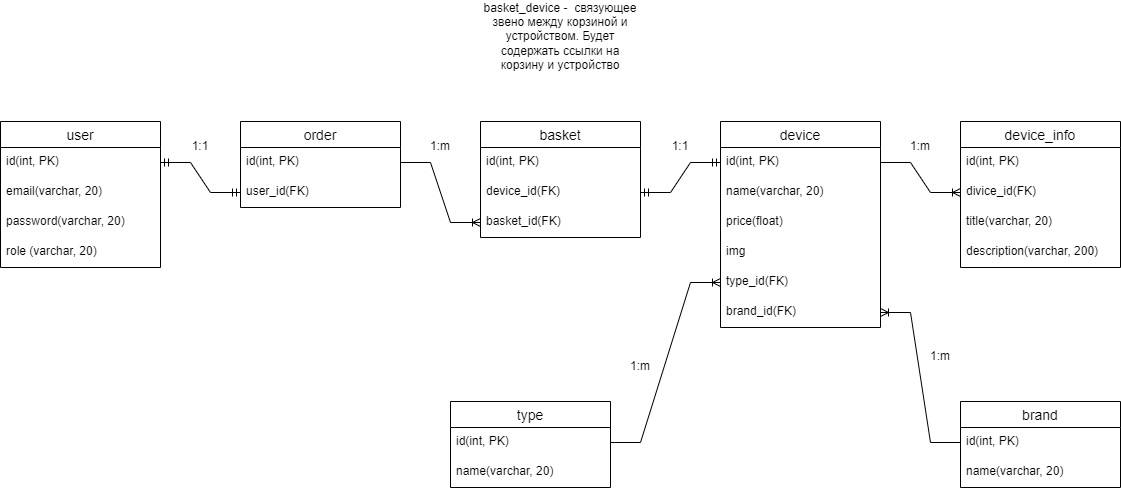
Stoian-Iulia/PW-II keeps this draw.io diagram as Shoping cart-Страница 2.drawio.png. Above is the earlier version. Source tidied: cells renumbered, new cells last; positions are measured from the earlier drawing's top-left corner, leaving out a move shared by most shapes.
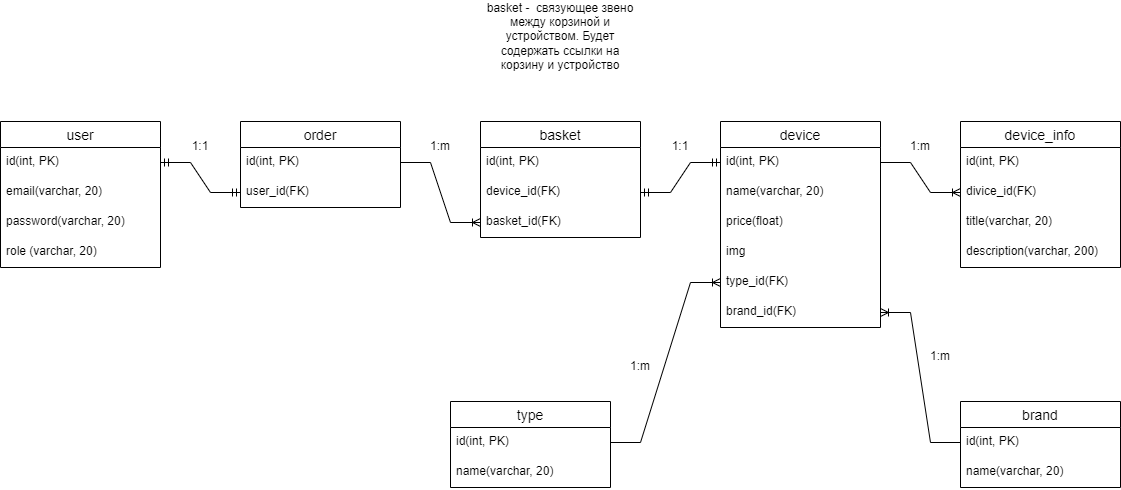
The same diagram one commit later.

Commit message:
Изменено название сущности basket_device на basket

What changed in the source:
```diff
@@ -128,7 +128,7 @@
     <mxCell id="43" value="1:1" style="text;html=1;strokeColor=none;fillColor=none;align=center;verticalAlign=middle;whiteSpace=wrap;rounded=0;" parent="1" vertex="1">
       <mxGeometry x="650" y="110" width="60" height="30" as="geometry" />
     </mxCell>
-    <mxCell id="44" value="basket_device -&amp;nbsp; связующее звено между корзиной и устройством. Будет содержать ссылки на корзину и устройство" style="text;html=1;strokeColor=none;fillColor=none;align=center;verticalAlign=middle;whiteSpace=wrap;rounded=0;" parent="1" vertex="1">
+    <mxCell id="44" value="basket -&amp;nbsp; связующее звено между корзиной и устройством. Будет содержать ссылки на корзину и устройство" style="text;html=1;strokeColor=none;fillColor=none;align=center;verticalAlign=middle;whiteSpace=wrap;rounded=0;" parent="1" vertex="1">
       <mxGeometry x="477" width="166" height="30" as="geometry" />
     </mxCell>
   </root>
```
